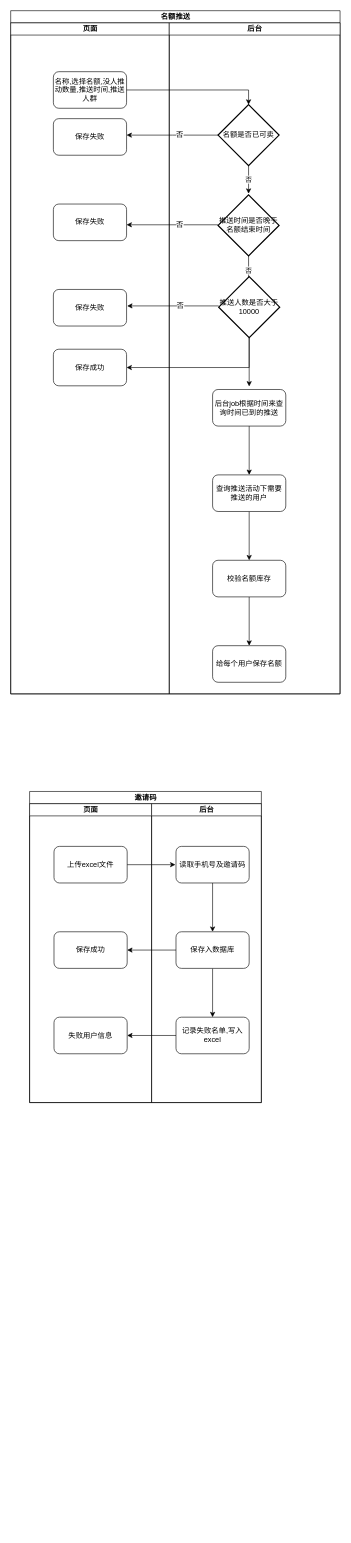
This is 未命名表单.drawio from 675706842/drawio, a draw.io file, before an edit. Source tidied: cells renumbered, new cells numbered last; positions are measured from the earlier drawing's top-left corner, leaving out a move shared by most shapes. Both pictures are drawn from the tidied source at 61%, with x=0, y=0 at pixel (10, 10).
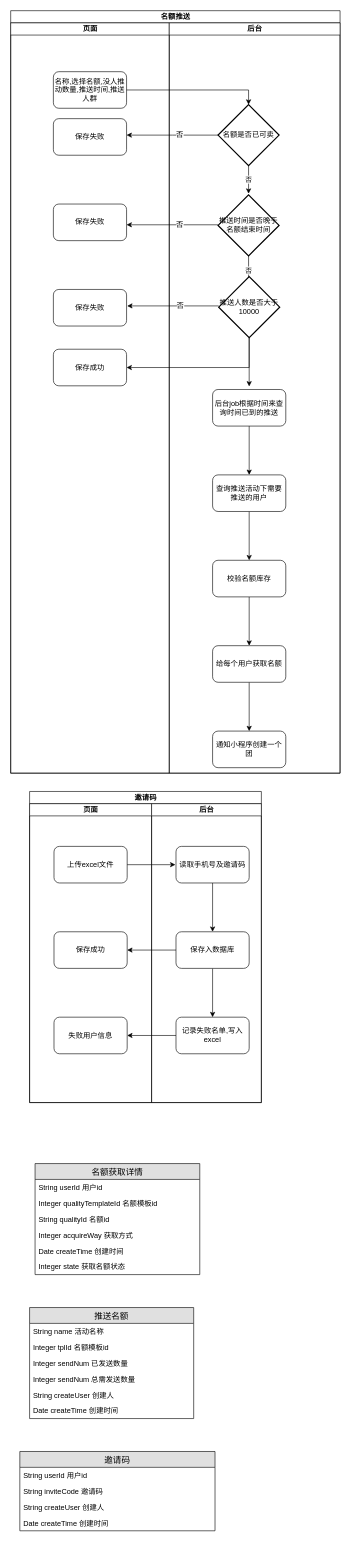
Above is the later version.

Commit message:
更新未命名表单.drawio

The edit, as a diff of the source:
```diff
@@
     <mxCell id="2" value="名额推送" style="swimlane;html=1;startSize=20;" parent="1" vertex="1">
-      <mxGeometry width="540" height="1120" as="geometry" />
+      <mxGeometry width="540" height="1250" as="geometry" />
     </mxCell>
     <mxCell id="3" value="页面" style="swimlane;html=1;startSize=20;" parent="2" vertex="1">
-      <mxGeometry y="20" width="260" height="1100" as="geometry" />
+      <mxGeometry y="20" width="260" height="1230" as="geometry" />
     </mxCell>
@@
     <mxCell id="9" value="后台" style="swimlane;html=1;startSize=20;" parent="2" vertex="1">
-      <mxGeometry x="260" y="20" width="280" height="1100" as="geometry" />
+      <mxGeometry x="260" y="20" width="280" height="1230" as="geometry" />
     </mxCell>
@@
+    <mxCell id="45" style="edgeStyle=orthogonalEdgeStyle;rounded=0;jettySize=auto;html=1;" parent="9" edge="1" source="21" target="46">
+      <mxGeometry relative="1" as="geometry" />
+    </mxCell>
-    <mxCell id="21" value="给每个用户保存名额" style="rounded=1;whiteSpace=wrap;html=1;" parent="9" vertex="1">
+    <mxCell id="21" value="给每个用户获取名额" style="rounded=1;whiteSpace=wrap;html=1;" parent="9" vertex="1">
       <mxGeometry x="71" y="1021" width="120" height="60" as="geometry" />
     </mxCell>
+    <mxCell id="46" value="通知小程序创建一个团" style="rounded=1;whiteSpace=wrap;html=1;" parent="9" vertex="1">
+      <mxGeometry x="71" y="1161" width="120" height="60" as="geometry" />
+    </mxCell>
@@
+    <mxCell id="47" value="名额获取详情" style="swimlane;fontStyle=0;horizontal=1;startSize=26;fillColor=#e0e0e0;swimlaneFillColor=#ffffff;align=center;fontSize=14;" parent="1" vertex="1">
+      <mxGeometry x="40" y="1890" width="270" height="182" as="geometry" />
+    </mxCell>
+    <mxCell id="48" value="String userId 用户id" style="text;strokeColor=none;fillColor=none;spacingLeft=4;spacingRight=4;overflow=hidden;fontSize=12;" parent="47" vertex="1">
+      <mxGeometry y="26" width="270" height="26" as="geometry" />
+    </mxCell>
+    <mxCell id="49" value="Integer qualityTemplateId 名额模板id" style="text;strokeColor=none;fillColor=none;spacingLeft=4;spacingRight=4;overflow=hidden;fontSize=12;" parent="47" vertex="1">
+      <mxGeometry y="52" width="270" height="26" as="geometry" />
+    </mxCell>
+    <mxCell id="50" value="String qualityId 名额id" style="text;strokeColor=none;fillColor=none;spacingLeft=4;spacingRight=4;overflow=hidden;fontSize=12;" parent="47" vertex="1">
+      <mxGeometry y="78" width="270" height="26" as="geometry" />
+    </mxCell>
+    <mxCell id="51" value="Integer acquireWay 获取方式" style="text;strokeColor=none;fillColor=none;spacingLeft=4;spacingRight=4;overflow=hidden;fontSize=12;" parent="47" vertex="1">
+      <mxGeometry y="104" width="270" height="26" as="geometry" />
+    </mxCell>
+    <mxCell id="52" value="Date createTime 创建时间" style="text;strokeColor=none;fillColor=none;spacingLeft=4;spacingRight=4;overflow=hidden;fontSize=12;" parent="47" vertex="1">
+      <mxGeometry y="130" width="270" height="26" as="geometry" />
+    </mxCell>
+    <mxCell id="53" value="Integer state 获取名额状态" style="text;strokeColor=none;fillColor=none;spacingLeft=4;spacingRight=4;overflow=hidden;fontSize=12;" parent="47" vertex="1">
+      <mxGeometry y="156" width="270" height="26" as="geometry" />
+    </mxCell>
+    <mxCell id="54" value="推送名额" style="swimlane;fontStyle=0;horizontal=1;startSize=26;fillColor=#e0e0e0;swimlaneFillColor=#ffffff;align=center;fontSize=14;" parent="1" vertex="1">
+      <mxGeometry x="31" y="2126" width="269" height="182" as="geometry" />
+    </mxCell>
+    <mxCell id="55" value="String name 活动名称" style="text;strokeColor=none;fillColor=none;spacingLeft=4;spacingRight=4;overflow=hidden;fontSize=12;" parent="54" vertex="1">
+      <mxGeometry y="26" width="269" height="26" as="geometry" />
+    </mxCell>
+    <mxCell id="56" value="Integer tplId 名额模板id" style="text;strokeColor=none;fillColor=none;spacingLeft=4;spacingRight=4;overflow=hidden;fontSize=12;" parent="54" vertex="1">
+      <mxGeometry y="52" width="269" height="26" as="geometry" />
+    </mxCell>
+    <mxCell id="57" value="Integer sendNum 已发送数量&#10;" style="text;strokeColor=none;fillColor=none;spacingLeft=4;spacingRight=4;overflow=hidden;fontSize=12;" parent="54" vertex="1">
+      <mxGeometry y="78" width="269" height="26" as="geometry" />
+    </mxCell>
+    <mxCell id="58" value="Integer sendNum 总需发送数量&#10;" style="text;strokeColor=none;fillColor=none;spacingLeft=4;spacingRight=4;overflow=hidden;fontSize=12;" parent="54" vertex="1">
+      <mxGeometry y="104" width="269" height="26" as="geometry" />
+    </mxCell>
+    <mxCell id="59" value="String createUser 创建人&#10;" style="text;strokeColor=none;fillColor=none;spacingLeft=4;spacingRight=4;overflow=hidden;fontSize=12;" parent="54" vertex="1">
+      <mxGeometry y="130" width="269" height="26" as="geometry" />
+    </mxCell>
+    <mxCell id="60" value="Date createTime 创建时间&#10;" style="text;strokeColor=none;fillColor=none;spacingLeft=4;spacingRight=4;overflow=hidden;fontSize=12;" parent="54" vertex="1">
+      <mxGeometry y="156" width="269" height="26" as="geometry" />
+    </mxCell>
+    <mxCell id="61" value="邀请码" style="swimlane;fontStyle=0;horizontal=1;startSize=26;fillColor=#e0e0e0;swimlaneFillColor=#ffffff;align=center;fontSize=14;" parent="1" vertex="1">
+      <mxGeometry x="15" y="2362" width="320" height="130" as="geometry" />
+    </mxCell>
+    <mxCell id="62" value="String userId 用户id" style="text;strokeColor=none;fillColor=none;spacingLeft=4;spacingRight=4;overflow=hidden;fontSize=12;" parent="61" vertex="1">
+      <mxGeometry y="26" width="320" height="26" as="geometry" />
+    </mxCell>
+    <mxCell id="63" value="String inviteCode 邀请码" style="text;strokeColor=none;fillColor=none;spacingLeft=4;spacingRight=4;overflow=hidden;fontSize=12;" parent="61" vertex="1">
+      <mxGeometry y="52" width="320" height="26" as="geometry" />
+    </mxCell>
+    <mxCell id="64" value="String createUser 创建人&#10;" style="text;strokeColor=none;fillColor=none;spacingLeft=4;spacingRight=4;overflow=hidden;fontSize=12;" parent="61" vertex="1">
+      <mxGeometry y="78" width="320" height="26" as="geometry" />
+    </mxCell>
+    <mxCell id="65" value="Date createTime 创建时间&#10;" style="text;strokeColor=none;fillColor=none;spacingLeft=4;spacingRight=4;overflow=hidden;fontSize=12;" parent="61" vertex="1">
+      <mxGeometry y="104" width="320" height="26" as="geometry" />
+    </mxCell>
```
